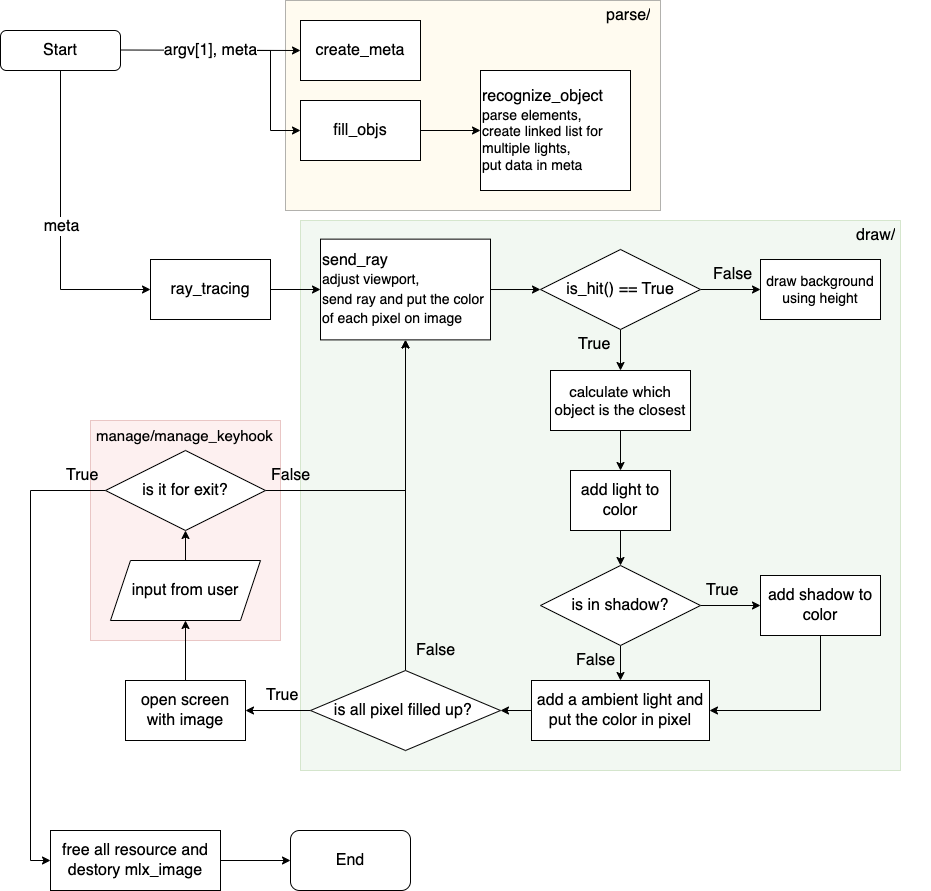
Above: miniRT_flowchart.png in SOONG-E/miniRT (draw.io), before the change. Source tidied: cells renumbered, new cells last; positions are measured from the earlier drawing's top-left corner, leaving out a move shared by most shapes. Its diagram source:
```xml
<mxGraphModel>
  <root>
    <mxCell id="0" />
    <mxCell id="1" parent="0" />
    <mxCell id="2" style="rounded=0;whiteSpace=wrap;html=1;fillColor=#f8cecc;strokeColor=#b85450;opacity=30;" parent="1" vertex="1">
      <mxGeometry x="90" y="420" width="190" height="220" as="geometry" />
    </mxCell>
    <mxCell id="3" style="rounded=0;whiteSpace=wrap;html=1;opacity=30;fillColor=#d5e8d4;strokeColor=#82b366;" parent="1" vertex="1">
      <mxGeometry x="300" y="220" width="600" height="550" as="geometry" />
    </mxCell>
    <mxCell id="4" style="rounded=0;whiteSpace=wrap;html=1;fillColor=#fff2cc;strokeColor=default;opacity=30;" parent="1" vertex="1">
      <mxGeometry x="285" width="375" height="210" as="geometry" />
    </mxCell>
    <mxCell id="5" value="Start" style="rounded=1;whiteSpace=wrap;html=1;fontSize=16;glass=0;strokeWidth=1;shadow=0;" parent="1" vertex="1">
      <mxGeometry y="30" width="120" height="40" as="geometry" />
    </mxCell>
    <mxCell id="6" style="edgeStyle=orthogonalEdgeStyle;rounded=0;jettySize=auto;html=1;entryX=0;entryY=0.5;entryDx=0;entryDy=0;" parent="1" edge="1" target="9">
      <mxGeometry relative="1" as="geometry">
        <mxPoint x="220" y="50" as="sourcePoint" />
        <Array as="points">
          <mxPoint x="270" y="50" />
          <mxPoint x="270" y="130" />
        </Array>
      </mxGeometry>
    </mxCell>
    <mxCell id="7" value="create_meta" style="rounded=0;whiteSpace=wrap;html=1;fontSize=16;fillColor=default;" parent="1" vertex="1">
      <mxGeometry x="300" y="20" width="120" height="60" as="geometry" />
    </mxCell>
    <mxCell id="8" style="edgeStyle=orthogonalEdgeStyle;rounded=0;jettySize=auto;html=1;entryX=0;entryY=0.5;entryDx=0;entryDy=0;" parent="1" edge="1" source="9" target="12">
      <mxGeometry relative="1" as="geometry" />
    </mxCell>
    <mxCell id="9" value="fill_objs" style="rounded=0;whiteSpace=wrap;html=1;fontSize=16;" parent="1" vertex="1">
      <mxGeometry x="300" y="100" width="120" height="60" as="geometry" />
    </mxCell>
    <mxCell id="10" style="endArrow=classic;html=1;rounded=0;fontSize=16;entryX=0;entryY=0.5;entryDx=0;entryDy=0;" parent="1" edge="1" target="7">
      <mxGeometry relative="1" as="geometry">
        <mxPoint x="120" y="49.5" as="sourcePoint" />
      </mxGeometry>
    </mxCell>
    <mxCell id="11" value="argv[1], meta" style="edgeLabel;html=1;align=center;verticalAlign=middle;fontSize=16;" parent="10" vertex="1">
      <mxGeometry relative="1" as="geometry" />
    </mxCell>
    <mxCell id="12" value="&lt;font style=&quot;font-size: 16px;&quot;&gt;recognize_object&lt;/font&gt;&lt;br&gt;parse elements&lt;span style=&quot;border-color: var(--border-color);&quot;&gt;,&lt;/span&gt;&lt;br style=&quot;border-color: var(--border-color);&quot;&gt;&lt;span style=&quot;border-color: var(--border-color);&quot;&gt;create linked list for multiple lights,&lt;br style=&quot;border-color: var(--border-color);&quot;&gt;put data in meta&lt;/span&gt;" style="rounded=0;whiteSpace=wrap;html=1;fontSize=14;align=left;" parent="1" vertex="1">
      <mxGeometry x="480" y="70" width="150" height="120" as="geometry" />
    </mxCell>
    <mxCell id="13" style="edgeStyle=orthogonalEdgeStyle;rounded=0;jettySize=auto;html=1;fontSize=16;" parent="1" edge="1" source="14" target="16">
      <mxGeometry relative="1" as="geometry" />
    </mxCell>
    <mxCell id="14" value="ray_tracing" style="rounded=0;whiteSpace=wrap;html=1;fontSize=16;" parent="1" vertex="1">
      <mxGeometry x="150" y="259" width="120" height="60" as="geometry" />
    </mxCell>
    <mxCell id="15" style="edgeStyle=orthogonalEdgeStyle;rounded=0;jettySize=auto;html=1;entryX=0;entryY=0.5;entryDx=0;entryDy=0;" parent="1" edge="1" source="16">
      <mxGeometry relative="1" as="geometry">
        <mxPoint x="540" y="289" as="targetPoint" />
      </mxGeometry>
    </mxCell>
    <mxCell id="16" value="send_ray&lt;br&gt;&lt;font style=&quot;font-size: 14px;&quot;&gt;adjust viewport,&lt;br style=&quot;border-color: var(--border-color);&quot;&gt;&lt;span style=&quot;&quot;&gt;send ray and put the color of each pixel on image&lt;/span&gt;&lt;/font&gt;" style="rounded=0;whiteSpace=wrap;html=1;fontSize=16;align=left;" parent="1" vertex="1">
      <mxGeometry x="320" y="238.6" width="170" height="100.8" as="geometry" />
    </mxCell>
    <mxCell id="17" style="endArrow=classic;html=1;rounded=0;entryX=0;entryY=0.5;entryDx=0;entryDy=0;exitX=0.5;exitY=1;exitDx=0;exitDy=0;" parent="1" edge="1" source="5" target="14">
      <mxGeometry relative="1" as="geometry">
        <Array as="points">
          <mxPoint x="60" y="289" />
        </Array>
      </mxGeometry>
    </mxCell>
    <mxCell id="18" value="meta" style="edgeLabel;html=1;align=center;verticalAlign=middle;fontSize=16;" parent="17" vertex="1">
      <mxGeometry relative="1" as="geometry" />
    </mxCell>
    <mxCell id="19" style="edgeStyle=orthogonalEdgeStyle;rounded=0;jettySize=auto;html=1;entryX=0;entryY=0.5;entryDx=0;entryDy=0;" parent="1" edge="1" source="21" target="24">
      <mxGeometry relative="1" as="geometry" />
    </mxCell>
    <mxCell id="20" style="edgeStyle=orthogonalEdgeStyle;rounded=0;jettySize=auto;html=1;entryX=0.5;entryY=0;entryDx=0;entryDy=0;" parent="1" edge="1" source="21" target="23">
      <mxGeometry relative="1" as="geometry" />
    </mxCell>
    <mxCell id="21" value="is_hit() == True" style="rhombus;whiteSpace=wrap;html=1;fontSize=16;" parent="1" vertex="1">
      <mxGeometry x="540" y="249" width="160" height="80" as="geometry" />
    </mxCell>
    <mxCell id="22" style="edgeStyle=orthogonalEdgeStyle;rounded=0;jettySize=auto;html=1;entryX=0.5;entryY=0;entryDx=0;entryDy=0;" parent="1" edge="1" source="23" target="28">
      <mxGeometry relative="1" as="geometry" />
    </mxCell>
    <mxCell id="23" value="calculate which object is the closest" style="rounded=0;whiteSpace=wrap;html=1;fontSize=15;" parent="1" vertex="1">
      <mxGeometry x="550" y="370" width="140" height="60" as="geometry" />
    </mxCell>
    <mxCell id="24" value="draw background using height" style="rounded=0;whiteSpace=wrap;html=1;fontSize=14;" parent="1" vertex="1">
      <mxGeometry x="760" y="259" width="120" height="60" as="geometry" />
    </mxCell>
    <mxCell id="25" value="&lt;font style=&quot;font-size: 16px;&quot;&gt;True&lt;/font&gt;" style="text;strokeColor=none;fillColor=none;align=left;verticalAlign=middle;spacingLeft=4;spacingRight=4;overflow=hidden;whiteSpace=wrap;html=1;" parent="1" vertex="1">
      <mxGeometry x="572" y="329" width="80" height="30" as="geometry" />
    </mxCell>
    <mxCell id="26" value="False" style="text;strokeColor=none;fillColor=none;align=left;verticalAlign=middle;spacingLeft=4;spacingRight=4;overflow=hidden;whiteSpace=wrap;html=1;fontSize=16;" parent="1" vertex="1">
      <mxGeometry x="707" y="259" width="80" height="30" as="geometry" />
    </mxCell>
    <mxCell id="27" style="edgeStyle=orthogonalEdgeStyle;rounded=0;jettySize=auto;html=1;entryX=0.5;entryY=0;entryDx=0;entryDy=0;" parent="1" edge="1" source="28" target="33">
      <mxGeometry relative="1" as="geometry" />
    </mxCell>
    <mxCell id="28" value="add light to color" style="rounded=0;whiteSpace=wrap;html=1;fontSize=16;" parent="1" vertex="1">
      <mxGeometry x="570" y="470" width="100" height="60" as="geometry" />
    </mxCell>
    <mxCell id="29" style="edgeStyle=orthogonalEdgeStyle;rounded=0;jettySize=auto;html=1;entryX=1;entryY=0.5;entryDx=0;entryDy=0;" parent="1" edge="1" source="30" target="36">
      <mxGeometry relative="1" as="geometry">
        <Array as="points">
          <mxPoint x="820" y="710" />
        </Array>
      </mxGeometry>
    </mxCell>
    <mxCell id="30" value="add shadow to color" style="rounded=0;whiteSpace=wrap;html=1;fontSize=16;" parent="1" vertex="1">
      <mxGeometry x="760" y="575" width="120" height="60" as="geometry" />
    </mxCell>
    <mxCell id="31" style="edgeStyle=orthogonalEdgeStyle;rounded=0;jettySize=auto;html=1;entryX=0;entryY=0.5;entryDx=0;entryDy=0;" parent="1" edge="1" source="33" target="30">
      <mxGeometry relative="1" as="geometry" />
    </mxCell>
    <mxCell id="32" style="edgeStyle=orthogonalEdgeStyle;rounded=0;jettySize=auto;html=1;entryX=0.5;entryY=0;entryDx=0;entryDy=0;" parent="1" edge="1" source="33" target="36">
      <mxGeometry relative="1" as="geometry" />
    </mxCell>
    <mxCell id="33" value="is in shadow?" style="rhombus;whiteSpace=wrap;html=1;fontSize=16;" parent="1" vertex="1">
      <mxGeometry x="540" y="565" width="160" height="80" as="geometry" />
    </mxCell>
    <mxCell id="34" value="&lt;font style=&quot;font-size: 16px;&quot;&gt;True&lt;/font&gt;" style="text;strokeColor=none;fillColor=none;align=left;verticalAlign=middle;spacingLeft=4;spacingRight=4;overflow=hidden;whiteSpace=wrap;html=1;" parent="1" vertex="1">
      <mxGeometry x="700" y="575" width="80" height="30" as="geometry" />
    </mxCell>
    <mxCell id="35" style="edgeStyle=orthogonalEdgeStyle;rounded=0;jettySize=auto;html=1;entryX=1;entryY=0.5;entryDx=0;entryDy=0;" parent="1" edge="1" source="36" target="42">
      <mxGeometry relative="1" as="geometry" />
    </mxCell>
    <mxCell id="36" value="add a ambient light and put the color in pixel" style="rounded=0;whiteSpace=wrap;html=1;fontSize=16;" parent="1" vertex="1">
      <mxGeometry x="531" y="680" width="178" height="60" as="geometry" />
    </mxCell>
    <mxCell id="37" value="False" style="text;strokeColor=none;fillColor=none;align=left;verticalAlign=middle;spacingLeft=4;spacingRight=4;overflow=hidden;whiteSpace=wrap;html=1;fontSize=16;" parent="1" vertex="1">
      <mxGeometry x="570" y="645" width="80" height="30" as="geometry" />
    </mxCell>
    <mxCell id="38" style="edgeStyle=orthogonalEdgeStyle;rounded=0;jettySize=auto;html=1;entryX=0.5;entryY=1;entryDx=0;entryDy=0;" parent="1" edge="1" source="39" target="46">
      <mxGeometry relative="1" as="geometry" />
    </mxCell>
    <mxCell id="39" value="open screen with image" style="rounded=0;whiteSpace=wrap;html=1;fontSize=16;" parent="1" vertex="1">
      <mxGeometry x="125" y="680" width="120" height="60" as="geometry" />
    </mxCell>
    <mxCell id="40" style="edgeStyle=orthogonalEdgeStyle;rounded=0;jettySize=auto;html=1;" parent="1" edge="1" source="42" target="16">
      <mxGeometry relative="1" as="geometry" />
    </mxCell>
    <mxCell id="41" style="edgeStyle=orthogonalEdgeStyle;rounded=0;jettySize=auto;html=1;" parent="1" edge="1" source="42" target="39">
      <mxGeometry relative="1" as="geometry" />
    </mxCell>
    <mxCell id="42" value="is all pixel filled up?&amp;nbsp;" style="rhombus;whiteSpace=wrap;html=1;fontSize=16;" parent="1" vertex="1">
      <mxGeometry x="310" y="670" width="190" height="80" as="geometry" />
    </mxCell>
    <mxCell id="43" value="False" style="text;strokeColor=none;fillColor=none;align=left;verticalAlign=middle;spacingLeft=4;spacingRight=4;overflow=hidden;whiteSpace=wrap;html=1;fontSize=16;" parent="1" vertex="1">
      <mxGeometry x="410" y="635" width="80" height="30" as="geometry" />
    </mxCell>
    <mxCell id="44" value="&lt;font style=&quot;font-size: 16px;&quot;&gt;True&lt;/font&gt;" style="text;strokeColor=none;fillColor=none;align=left;verticalAlign=middle;spacingLeft=4;spacingRight=4;overflow=hidden;whiteSpace=wrap;html=1;" parent="1" vertex="1">
      <mxGeometry x="260" y="680" width="80" height="30" as="geometry" />
    </mxCell>
    <mxCell id="45" style="edgeStyle=orthogonalEdgeStyle;rounded=0;jettySize=auto;html=1;entryX=0.5;entryY=1;entryDx=0;entryDy=0;" parent="1" edge="1" source="46" target="49">
      <mxGeometry relative="1" as="geometry" />
    </mxCell>
    <mxCell id="46" value="input from user" style="shape=parallelogram;perimeter=parallelogramPerimeter;whiteSpace=wrap;html=1;fixedSize=1;fontSize=16;" parent="1" vertex="1">
      <mxGeometry x="110" y="560" width="150" height="60" as="geometry" />
    </mxCell>
    <mxCell id="47" style="edgeStyle=orthogonalEdgeStyle;rounded=0;jettySize=auto;html=1;entryX=0.5;entryY=1;entryDx=0;entryDy=0;" parent="1" edge="1" source="49" target="16">
      <mxGeometry relative="1" as="geometry" />
    </mxCell>
    <mxCell id="48" style="edgeStyle=orthogonalEdgeStyle;rounded=0;jettySize=auto;html=1;entryX=0;entryY=0.5;entryDx=0;entryDy=0;" parent="1" edge="1" source="49" target="52">
      <mxGeometry relative="1" as="geometry">
        <Array as="points">
          <mxPoint x="30" y="490" />
          <mxPoint x="30" y="860" />
        </Array>
      </mxGeometry>
    </mxCell>
    <mxCell id="49" value="is it for exit?" style="rhombus;whiteSpace=wrap;html=1;fontSize=16;" parent="1" vertex="1">
      <mxGeometry x="105" y="450" width="160" height="80" as="geometry" />
    </mxCell>
    <mxCell id="50" value="False" style="text;strokeColor=none;fillColor=none;align=left;verticalAlign=middle;spacingLeft=4;spacingRight=4;overflow=hidden;whiteSpace=wrap;html=1;fontSize=16;" parent="1" vertex="1">
      <mxGeometry x="265" y="460" width="80" height="30" as="geometry" />
    </mxCell>
    <mxCell id="51" style="edgeStyle=orthogonalEdgeStyle;rounded=0;jettySize=auto;html=1;entryX=0;entryY=0.5;entryDx=0;entryDy=0;" parent="1" edge="1" source="52" target="54">
      <mxGeometry relative="1" as="geometry" />
    </mxCell>
    <mxCell id="52" value="free all resource and destory mlx_image" style="rounded=0;whiteSpace=wrap;html=1;fontSize=16;" parent="1" vertex="1">
      <mxGeometry x="50" y="830" width="170" height="60" as="geometry" />
    </mxCell>
    <mxCell id="53" value="&lt;font style=&quot;font-size: 16px;&quot;&gt;True&lt;/font&gt;" style="text;strokeColor=none;fillColor=none;align=left;verticalAlign=middle;spacingLeft=4;spacingRight=4;overflow=hidden;whiteSpace=wrap;html=1;" parent="1" vertex="1">
      <mxGeometry x="60" y="460" width="80" height="30" as="geometry" />
    </mxCell>
    <mxCell id="54" value="End" style="rounded=1;whiteSpace=wrap;html=1;fontSize=16;" parent="1" vertex="1">
      <mxGeometry x="290" y="830" width="120" height="60" as="geometry" />
    </mxCell>
    <mxCell id="55" value="parse/" style="text;strokeColor=none;fillColor=none;align=left;verticalAlign=middle;spacingLeft=4;spacingRight=4;overflow=hidden;whiteSpace=wrap;html=1;fontSize=16;" parent="1" vertex="1">
      <mxGeometry x="600" width="80" height="30" as="geometry" />
    </mxCell>
    <mxCell id="56" value="draw/" style="text;strokeColor=none;fillColor=none;align=left;verticalAlign=middle;spacingLeft=4;spacingRight=4;overflow=hidden;whiteSpace=wrap;html=1;fontSize=16;" parent="1" vertex="1">
      <mxGeometry x="850" y="220" width="80" height="30" as="geometry" />
    </mxCell>
    <mxCell id="57" value="manage/manage_keyhook" style="text;strokeColor=none;fillColor=none;align=left;verticalAlign=middle;spacingLeft=4;spacingRight=4;overflow=hidden;whiteSpace=wrap;html=1;fontSize=15;" parent="1" vertex="1">
      <mxGeometry x="90" y="420" width="230" height="30" as="geometry" />
    </mxCell>
  </root>
</mxGraphModel>
```
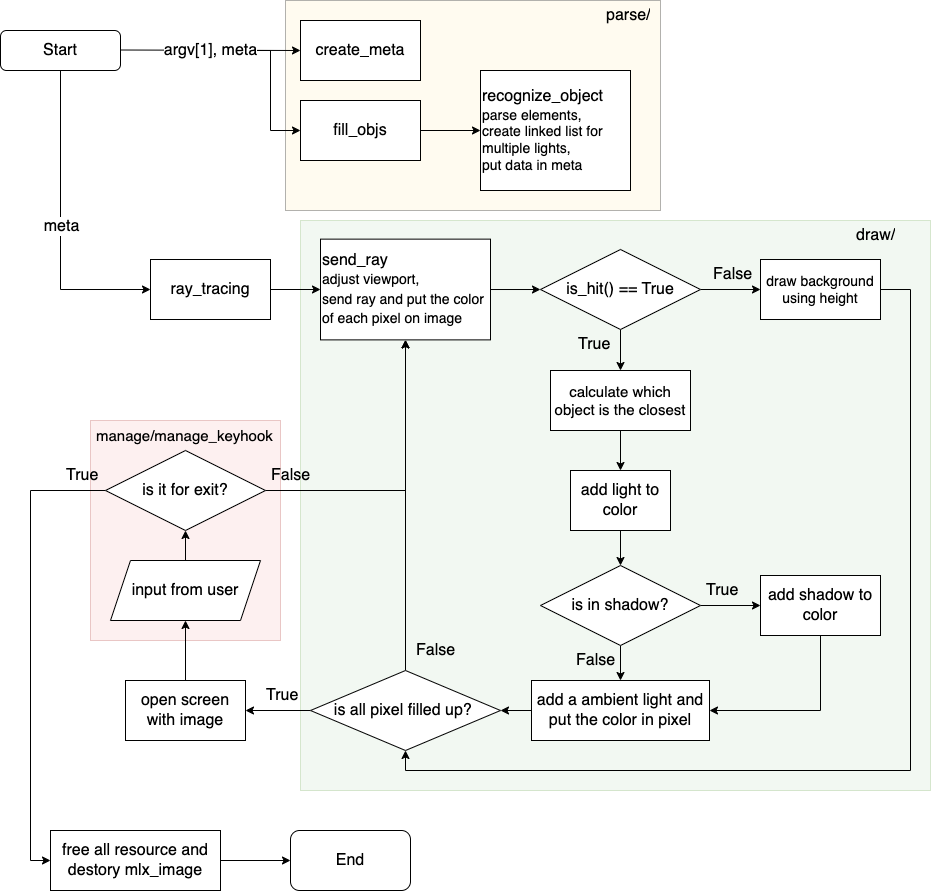
After the commit.

Change to the diagram source:
```diff
@@ -6,7 +6,7 @@
       <mxGeometry x="90" y="420" width="190" height="220" as="geometry" />
     </mxCell>
     <mxCell id="3" style="rounded=0;whiteSpace=wrap;html=1;opacity=30;fillColor=#d5e8d4;strokeColor=#82b366;" parent="1" vertex="1">
-      <mxGeometry x="300" y="220" width="600" height="550" as="geometry" />
+      <mxGeometry x="300" y="220" width="630" height="570" as="geometry" />
     </mxCell>
     <mxCell id="4" style="rounded=0;whiteSpace=wrap;html=1;fillColor=#fff2cc;strokeColor=default;opacity=30;" parent="1" vertex="1">
       <mxGeometry x="285" width="375" height="210" as="geometry" />
@@ -82,6 +82,15 @@
     <mxCell id="23" value="calculate which object is the closest" style="rounded=0;whiteSpace=wrap;html=1;fontSize=15;" parent="1" vertex="1">
       <mxGeometry x="550" y="370" width="140" height="60" as="geometry" />
     </mxCell>
+    <mxCell id="58" style="edgeStyle=orthogonalEdgeStyle;rounded=0;jettySize=auto;html=1;entryX=0.5;entryY=1;entryDx=0;entryDy=0;" parent="1" edge="1" source="24" target="42">
+      <mxGeometry relative="1" as="geometry">
+        <Array as="points">
+          <mxPoint x="910" y="289" />
+          <mxPoint x="910" y="770" />
+          <mxPoint x="405" y="770" />
+        </Array>
+      </mxGeometry>
+    </mxCell>
     <mxCell id="24" value="draw background using height" style="rounded=0;whiteSpace=wrap;html=1;fontSize=14;" parent="1" vertex="1">
       <mxGeometry x="760" y="259" width="120" height="60" as="geometry" />
     </mxCell>
```
